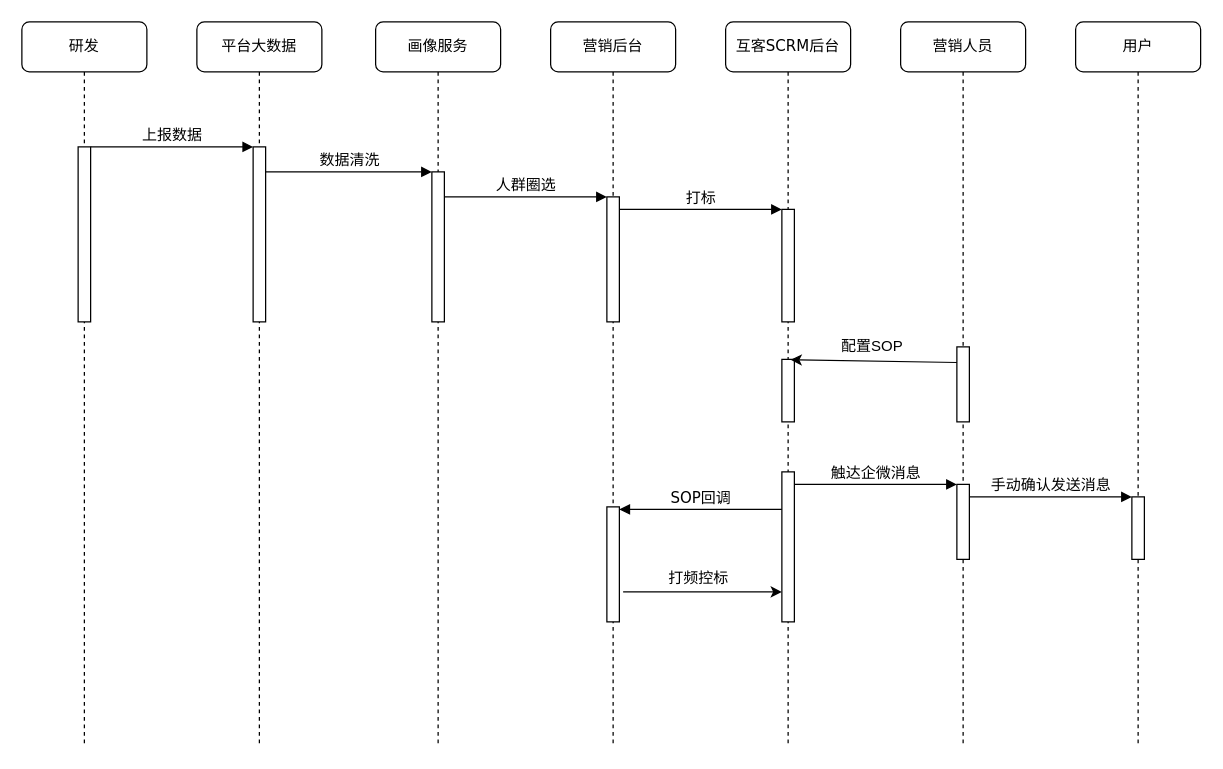
This is 生命周期维护/时序图.drawio from lijinming0505/draw_picture, a draw.io file, before an edit. Source tidied: cells renumbered, new cells numbered last; positions are measured from the earlier drawing's top-left corner, leaving out a move shared by most shapes. Both pictures are drawn from the tidied source at 125%, with x=0, y=0 at pixel (21, 21).
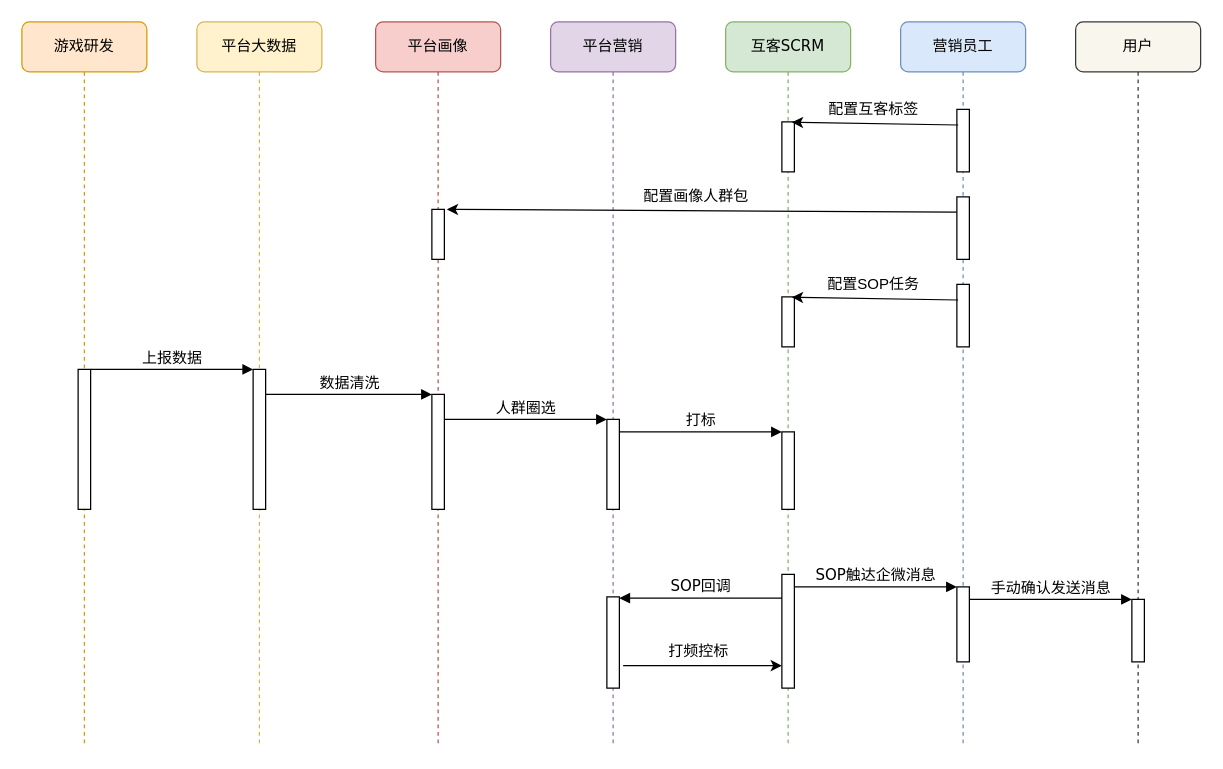
After the change.

Commit message:
更新时序图.drawio

Change to the diagram source:
```diff
@@
-    <mxCell id="2" value="平台大数据" style="shape=umlLifeline;perimeter=lifelinePerimeter;whiteSpace=wrap;html=1;rounded=1;shadow=0;comic=0;labelBackgroundColor=none;strokeWidth=1;fontFamily=Verdana;fontSize=12;align=center;" parent="1" vertex="1">
+    <mxCell id="2" value="平台大数据" style="shape=umlLifeline;perimeter=lifelinePerimeter;whiteSpace=wrap;html=1;rounded=1;shadow=0;comic=0;labelBackgroundColor=none;strokeWidth=1;fontFamily=Verdana;fontSize=12;align=center;fillColor=#fff2cc;strokeColor=#d6b656;" parent="1" vertex="1">
       <mxGeometry x="140" width="100" height="580" as="geometry" />
     </mxCell>
     <mxCell id="3" style="html=1;points=[];perimeter=orthogonalPerimeter;rounded=0;shadow=0;comic=0;labelBackgroundColor=none;strokeWidth=1;fontFamily=Verdana;fontSize=12;align=center;" parent="2" vertex="1">
-      <mxGeometry x="45" y="100" width="10" height="140" as="geometry" />
+      <mxGeometry x="45" y="278" width="10" height="112" as="geometry" />
     </mxCell>
-    <mxCell id="4" value="画像服务" style="shape=umlLifeline;perimeter=lifelinePerimeter;whiteSpace=wrap;html=1;rounded=1;shadow=0;comic=0;labelBackgroundColor=none;strokeWidth=1;fontFamily=Verdana;fontSize=12;align=center;" parent="1" vertex="1">
+    <mxCell id="4" value="平台画像" style="shape=umlLifeline;perimeter=lifelinePerimeter;whiteSpace=wrap;html=1;rounded=1;shadow=0;comic=0;labelBackgroundColor=none;strokeWidth=1;fontFamily=Verdana;fontSize=12;align=center;fillColor=#f8cecc;strokeColor=#b85450;" parent="1" vertex="1">
       <mxGeometry x="283" width="100" height="580" as="geometry" />
     </mxCell>
     <mxCell id="5" style="html=1;points=[];perimeter=orthogonalPerimeter;rounded=0;shadow=0;comic=0;labelBackgroundColor=none;strokeWidth=1;fontFamily=Verdana;fontSize=12;align=center;" parent="4" vertex="1">
-      <mxGeometry x="45" y="120" width="10" height="120" as="geometry" />
+      <mxGeometry x="45" y="298" width="10" height="92" as="geometry" />
     </mxCell>
+    <mxCell id="31" style="html=1;perimeter=orthogonalPerimeter;rounded=0;shadow=0;comic=0;labelBackgroundColor=none;strokeColor=#000000;strokeWidth=1;fillColor=#FFFFFF;fontFamily=Verdana;fontSize=12;fontColor=#000000;align=center;" parent="4" vertex="1">
+      <mxGeometry x="45" y="150" width="10" height="40" as="geometry" />
+    </mxCell>
-    <mxCell id="6" value="营销后台" style="shape=umlLifeline;perimeter=lifelinePerimeter;whiteSpace=wrap;html=1;rounded=1;shadow=0;comic=0;labelBackgroundColor=none;strokeWidth=1;fontFamily=Verdana;fontSize=12;align=center;" parent="1" vertex="1">
+    <mxCell id="6" value="平台营销" style="shape=umlLifeline;perimeter=lifelinePerimeter;whiteSpace=wrap;html=1;rounded=1;shadow=0;comic=0;labelBackgroundColor=none;strokeWidth=1;fontFamily=Verdana;fontSize=12;align=center;fillColor=#e1d5e7;strokeColor=#9673a6;" parent="1" vertex="1">
       <mxGeometry x="423" width="100" height="580" as="geometry" />
     </mxCell>
     <mxCell id="7" style="html=1;perimeter=orthogonalPerimeter;rounded=0;shadow=0;comic=0;labelBackgroundColor=none;strokeColor=#000000;strokeWidth=1;fillColor=#FFFFFF;fontFamily=Verdana;fontSize=12;fontColor=#000000;align=center;" parent="6" vertex="1">
-      <mxGeometry x="45" y="388" width="10" height="92" as="geometry" />
+      <mxGeometry x="45" y="460" width="10" height="73" as="geometry" />
     </mxCell>
-    <mxCell id="8" value="互客SCRM后台" style="shape=umlLifeline;perimeter=lifelinePerimeter;whiteSpace=wrap;html=1;rounded=1;shadow=0;comic=0;labelBackgroundColor=none;strokeWidth=1;fontFamily=Verdana;fontSize=12;align=center;" parent="1" vertex="1">
+    <mxCell id="8" value="互客SCRM" style="shape=umlLifeline;perimeter=lifelinePerimeter;whiteSpace=wrap;html=1;rounded=1;shadow=0;comic=0;labelBackgroundColor=none;strokeWidth=1;fontFamily=Verdana;fontSize=12;align=center;fillColor=#d5e8d4;strokeColor=#82b366;" parent="1" vertex="1">
       <mxGeometry x="563" width="100" height="580" as="geometry" />
     </mxCell>
-    <mxCell id="9" style="html=1;perimeter=orthogonalPerimeter;rounded=0;shadow=0;comic=0;labelBackgroundColor=none;strokeColor=#000000;strokeWidth=1;fillColor=#FFFFFF;fontFamily=Verdana;fontSize=12;fontColor=#000000;align=center;" parent="8" vertex="1">
-      <mxGeometry x="45" y="270" width="10" height="50" as="geometry" />
-    </mxCell>
     <mxCell id="10" style="html=1;points=[];perimeter=orthogonalPerimeter;rounded=0;shadow=0;comic=0;labelBackgroundColor=none;strokeColor=#000000;strokeWidth=1;fillColor=#FFFFFF;fontFamily=Verdana;fontSize=12;fontColor=#000000;align=center;" parent="8" vertex="1">
-      <mxGeometry x="45" y="360" width="10" height="120" as="geometry" />
+      <mxGeometry x="45" y="442" width="10" height="91" as="geometry" />
     </mxCell>
-    <mxCell id="11" value="触达企微消息" style="html=1;verticalAlign=bottom;endArrow=block;entryX=0;entryY=0;labelBackgroundColor=none;fontFamily=Verdana;fontSize=12;edgeStyle=elbowEdgeStyle;elbow=horizontal;" parent="8" edge="1">
+    <mxCell id="11" value="SOP触达企微消息" style="html=1;verticalAlign=bottom;endArrow=block;entryX=0;entryY=0;labelBackgroundColor=none;fontFamily=Verdana;fontSize=12;edgeStyle=elbowEdgeStyle;elbow=horizontal;" parent="8" edge="1">
       <mxGeometry relative="1" as="geometry">
-        <mxPoint x="55" y="370" as="sourcePoint" />
-        <mxPoint x="185" y="370" as="targetPoint" />
+        <mxPoint x="55" y="452" as="sourcePoint" />
+        <mxPoint x="185" y="452" as="targetPoint" />
       </mxGeometry>
     </mxCell>
+    <mxCell id="32" style="endArrow=classic;html=1;rounded=1;exitX=-0.4;exitY=0.156;exitDx=0;exitDy=0;exitPerimeter=0;curved=0;labelPosition=center;verticalLabelPosition=middle;align=center;verticalAlign=middle;fontSize=12;fontFamily=Verdana;" parent="8" edge="1">
+      <mxGeometry relative="1" as="geometry">
+        <mxPoint x="185" y="152.2" as="sourcePoint" />
+        <mxPoint x="-223" y="150" as="targetPoint" />
+      </mxGeometry>
+    </mxCell>
+    <mxCell id="33" value="配置画像人群包" style="edgeLabel;html=1;align=center;verticalAlign=bottom;fontSize=12;" parent="32" vertex="1">
+      <mxGeometry x="0.03" y="-8" relative="1" as="geometry">
+        <mxPoint y="5" as="offset" />
+      </mxGeometry>
+    </mxCell>
+    <mxCell id="9" style="html=1;perimeter=orthogonalPerimeter;rounded=0;shadow=0;comic=0;labelBackgroundColor=none;strokeColor=#000000;strokeWidth=1;fillColor=#FFFFFF;fontFamily=Verdana;fontSize=12;fontColor=#000000;align=center;" parent="8" vertex="1">
+      <mxGeometry x="45" y="220" width="10" height="40" as="geometry" />
+    </mxCell>
-    <mxCell id="12" value="营销人员" style="shape=umlLifeline;perimeter=lifelinePerimeter;whiteSpace=wrap;html=1;rounded=1;shadow=0;comic=0;labelBackgroundColor=none;strokeWidth=1;fontFamily=Verdana;fontSize=12;align=center;" parent="1" vertex="1">
+    <mxCell id="12" value="营销员工" style="shape=umlLifeline;perimeter=lifelinePerimeter;whiteSpace=wrap;html=1;rounded=1;shadow=0;comic=0;labelBackgroundColor=none;strokeWidth=1;fontFamily=Verdana;fontSize=12;align=center;fillColor=#dae8fc;strokeColor=#6c8ebf;" parent="1" vertex="1">
       <mxGeometry x="703" width="100" height="580" as="geometry" />
     </mxCell>
     <mxCell id="13" style="html=1;perimeter=orthogonalPerimeter;rounded=0;shadow=0;comic=0;labelBackgroundColor=none;strokeWidth=1;fontFamily=Verdana;fontSize=12;align=center;" parent="12" vertex="1">
-      <mxGeometry x="45" y="370" width="10" height="60" as="geometry" />
+      <mxGeometry x="45" y="452" width="10" height="60" as="geometry" />
     </mxCell>
+    <mxCell id="15" value="手动确认发送消息" style="html=1;verticalAlign=bottom;endArrow=block;entryX=0;entryY=0;labelBackgroundColor=none;fontFamily=Verdana;fontSize=12;edgeStyle=elbowEdgeStyle;elbow=horizontal;" parent="12" edge="1">
+      <mxGeometry relative="1" as="geometry">
+        <mxPoint x="55" y="462" as="sourcePoint" />
+        <mxPoint x="185" y="462" as="targetPoint" />
+      </mxGeometry>
+    </mxCell>
+    <mxCell id="34" style="html=1;perimeter=orthogonalPerimeter;rounded=0;shadow=0;comic=0;labelBackgroundColor=none;strokeColor=#000000;strokeWidth=1;fillColor=#FFFFFF;fontFamily=Verdana;fontSize=12;fontColor=#000000;align=center;" parent="12" vertex="1">
+      <mxGeometry x="-95" y="80" width="10" height="40" as="geometry" />
+    </mxCell>
+    <mxCell id="35" style="html=1;perimeter=orthogonalPerimeter;rounded=0;shadow=0;comic=0;labelBackgroundColor=none;strokeWidth=1;fontFamily=Verdana;fontSize=12;align=center;" parent="12" vertex="1">
+      <mxGeometry x="45" y="70" width="10" height="50" as="geometry" />
+    </mxCell>
+    <mxCell id="36" style="endArrow=classic;html=1;rounded=1;exitX=-0.4;exitY=0.156;exitDx=0;exitDy=0;exitPerimeter=0;curved=0;labelPosition=center;verticalLabelPosition=middle;align=center;verticalAlign=middle;fontSize=12;fontFamily=Verdana;entryX=0.5;entryY=0.466;entryDx=0;entryDy=0;entryPerimeter=0;" parent="12" edge="1">
+      <mxGeometry relative="1" as="geometry">
+        <mxPoint x="46" y="82.5" as="sourcePoint" />
+        <mxPoint x="-87" y="80.3" as="targetPoint" />
+      </mxGeometry>
+    </mxCell>
+    <mxCell id="37" value="配置互客标签" style="edgeLabel;html=1;align=center;verticalAlign=bottom;fontSize=12;" parent="36" vertex="1">
+      <mxGeometry x="0.03" y="-8" relative="1" as="geometry">
+        <mxPoint y="5" as="offset" />
+      </mxGeometry>
+    </mxCell>
+    <mxCell id="38" style="html=1;perimeter=orthogonalPerimeter;rounded=0;shadow=0;comic=0;labelBackgroundColor=none;strokeWidth=1;fontFamily=Verdana;fontSize=12;align=center;" parent="12" vertex="1">
+      <mxGeometry x="45" y="140" width="10" height="50" as="geometry" />
+    </mxCell>
     <mxCell id="14" style="html=1;perimeter=orthogonalPerimeter;rounded=0;shadow=0;comic=0;labelBackgroundColor=none;strokeWidth=1;fontFamily=Verdana;fontSize=12;align=center;" parent="12" vertex="1">
-      <mxGeometry x="45" y="260" width="10" height="60" as="geometry" />
+      <mxGeometry x="45" y="210" width="10" height="50" as="geometry" />
     </mxCell>
-    <mxCell id="15" value="手动确认发送消息" style="html=1;verticalAlign=bottom;endArrow=block;entryX=0;entryY=0;labelBackgroundColor=none;fontFamily=Verdana;fontSize=12;edgeStyle=elbowEdgeStyle;elbow=horizontal;" parent="12" edge="1">
-      <mxGeometry relative="1" as="geometry">
-        <mxPoint x="55" y="380" as="sourcePoint" />
-        <mxPoint x="185" y="380" as="targetPoint" />
-      </mxGeometry>
-    </mxCell>
+    <mxCell id="26" style="endArrow=classic;html=1;rounded=1;exitX=-0.4;exitY=0.156;exitDx=0;exitDy=0;exitPerimeter=0;curved=0;labelPosition=center;verticalLabelPosition=middle;align=center;verticalAlign=middle;fontSize=12;fontFamily=Verdana;entryX=0.5;entryY=0.466;entryDx=0;entryDy=0;entryPerimeter=0;" parent="12" edge="1">
+      <mxGeometry relative="1" as="geometry">
+        <mxPoint x="46" y="222.5" as="sourcePoint" />
+        <mxPoint x="-87" y="220.3" as="targetPoint" />
+      </mxGeometry>
+    </mxCell>
+    <mxCell id="27" value="配置SOP任务" style="edgeLabel;html=1;align=center;verticalAlign=bottom;fontSize=12;" parent="26" vertex="1">
+      <mxGeometry x="0.03" y="-8" relative="1" as="geometry">
+        <mxPoint y="5" as="offset" />
+      </mxGeometry>
+    </mxCell>
-    <mxCell id="16" value="用户" style="shape=umlLifeline;perimeter=lifelinePerimeter;whiteSpace=wrap;html=1;rounded=1;shadow=0;comic=0;labelBackgroundColor=none;strokeWidth=1;fontFamily=Verdana;fontSize=12;align=center;" parent="1" vertex="1">
+    <mxCell id="16" value="用户" style="shape=umlLifeline;perimeter=lifelinePerimeter;whiteSpace=wrap;html=1;rounded=1;shadow=0;comic=0;labelBackgroundColor=none;strokeWidth=1;fontFamily=Verdana;fontSize=12;align=center;fillColor=#f9f7ed;strokeColor=#36393d;" parent="1" vertex="1">
       <mxGeometry x="843" width="100" height="580" as="geometry" />
     </mxCell>
     <mxCell id="17" style="html=1;perimeter=orthogonalPerimeter;rounded=0;shadow=0;comic=0;labelBackgroundColor=none;strokeWidth=1;fontFamily=Verdana;fontSize=12;align=center;" parent="16" vertex="1">
-      <mxGeometry x="45" y="380" width="10" height="50" as="geometry" />
+      <mxGeometry x="45" y="462" width="10" height="50" as="geometry" />
     </mxCell>
-    <mxCell id="18" value="研发" style="shape=umlLifeline;perimeter=lifelinePerimeter;whiteSpace=wrap;html=1;rounded=1;shadow=0;comic=0;labelBackgroundColor=none;strokeWidth=1;fontFamily=Verdana;fontSize=12;align=center;" parent="1" vertex="1">
+    <mxCell id="18" value="游戏研发" style="shape=umlLifeline;perimeter=lifelinePerimeter;whiteSpace=wrap;html=1;rounded=1;shadow=0;comic=0;labelBackgroundColor=none;strokeWidth=1;fontFamily=Verdana;fontSize=12;align=center;fillColor=#ffe6cc;strokeColor=#d79b00;" parent="1" vertex="1">
       <mxGeometry width="100" height="580" as="geometry" />
     </mxCell>
     <mxCell id="19" style="html=1;points=[];perimeter=orthogonalPerimeter;rounded=0;shadow=0;comic=0;labelBackgroundColor=none;strokeWidth=1;fontFamily=Verdana;fontSize=12;align=center;" parent="18" vertex="1">
-      <mxGeometry x="45" y="100" width="10" height="140" as="geometry" />
+      <mxGeometry x="45" y="278" width="10" height="112" as="geometry" />
     </mxCell>
     <mxCell id="20" style="html=1;points=[];perimeter=orthogonalPerimeter;rounded=0;shadow=0;comic=0;labelBackgroundColor=none;strokeWidth=1;fontFamily=Verdana;fontSize=12;align=center;" parent="1" vertex="1">
-      <mxGeometry x="468" y="140" width="10" height="100" as="geometry" />
+      <mxGeometry x="468" y="318" width="10" height="72" as="geometry" />
     </mxCell>
     <mxCell id="21" value="人群圈选" style="html=1;verticalAlign=bottom;endArrow=block;labelBackgroundColor=none;fontFamily=Verdana;fontSize=12;edgeStyle=elbowEdgeStyle;elbow=vertical;" parent="1" edge="1" source="5" target="20">
       <mxGeometry relative="1" as="geometry">
         <Array as="points">
-          <mxPoint x="343" y="140" />
+          <mxPoint x="343" y="318" />
         </Array>
       </mxGeometry>
     </mxCell>
     <mxCell id="22" style="html=1;points=[];perimeter=orthogonalPerimeter;rounded=0;shadow=0;comic=0;labelBackgroundColor=none;strokeWidth=1;fontFamily=Verdana;fontSize=12;align=center;" parent="1" vertex="1">
-      <mxGeometry x="608" y="150" width="10" height="90" as="geometry" />
+      <mxGeometry x="608" y="328" width="10" height="62" as="geometry" />
     </mxCell>
@@
-    <mxCell id="26" style="endArrow=classic;html=1;rounded=1;exitX=-0.4;exitY=0.156;exitDx=0;exitDy=0;exitPerimeter=0;curved=0;labelPosition=center;verticalLabelPosition=middle;align=center;verticalAlign=middle;fontSize=12;fontFamily=Verdana;entryX=0.5;entryY=0.466;entryDx=0;entryDy=0;entryPerimeter=0;" parent="1" edge="1">
-      <mxGeometry relative="1" as="geometry">
-        <mxPoint x="748" y="272.5" as="sourcePoint" />
-        <mxPoint x="615" y="270.3" as="targetPoint" />
-      </mxGeometry>
-    </mxCell>
-    <mxCell id="27" value="配置SOP" style="edgeLabel;html=1;align=center;verticalAlign=bottom;fontSize=12;" parent="26" vertex="1">
-      <mxGeometry x="0.03" y="-8" relative="1" as="geometry">
-        <mxPoint y="5" as="offset" />
-      </mxGeometry>
-    </mxCell>
     <mxCell id="28" style="endArrow=classic;html=1;rounded=1;curved=0;entryX=0.2;entryY=0.627;entryDx=0;entryDy=0;entryPerimeter=0;" parent="1" edge="1">
       <mxGeometry relative="1" as="geometry">
-        <mxPoint x="481" y="456" as="sourcePoint" />
-        <mxPoint x="608" y="456" as="targetPoint" />
+        <mxPoint x="481" y="515" as="sourcePoint" />
+        <mxPoint x="608" y="515" as="targetPoint" />
       </mxGeometry>
     </mxCell>
@@
-    <mxCell id="30" value="SOP回调" style="html=1;verticalAlign=bottom;endArrow=block;labelBackgroundColor=none;fontFamily=Verdana;fontSize=12;rounded=1;curved=0;endFill=1;" parent="1" edge="1" source="10">
+    <mxCell id="30" value="SOP回调" style="html=1;verticalAlign=bottom;endArrow=block;labelBackgroundColor=none;fontFamily=Verdana;fontSize=12;rounded=1;curved=0;endFill=1;" parent="1" edge="1">
       <mxGeometry relative="1" as="geometry">
-        <mxPoint x="478" y="390" as="targetPoint" />
+        <mxPoint x="608" y="461" as="sourcePoint" />
+        <mxPoint x="478" y="461" as="targetPoint" />
       </mxGeometry>
     </mxCell>
```
